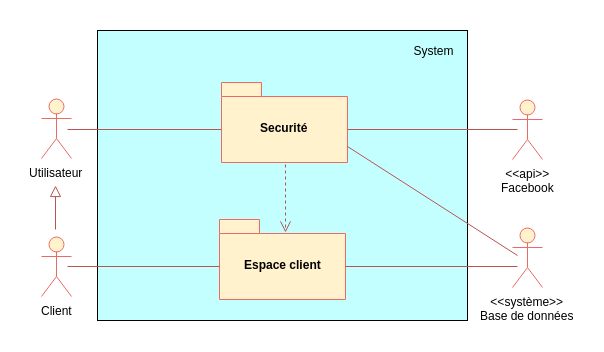
Earlier version of the draw.io export frontend/Diagrammes/Diagramme de package.png (Thibok/Bilemo). Source tidied: cells renumbered, new cells last; positions are measured from the earlier drawing's top-left corner, leaving out a move shared by most shapes.
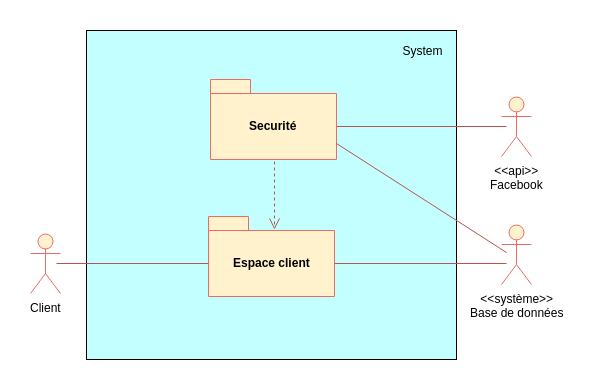
Above is the later version.

Change to the diagram source:
```diff
@@ -5,14 +5,11 @@
     <mxCell id="2" value="&amp;lt;&amp;lt;système&amp;gt;&amp;gt;&lt;div&gt;Base de données&lt;/div&gt;" style="shape=umlActor;verticalLabelPosition=bottom;labelBackgroundColor=#ffffff;verticalAlign=top;html=1;fillColor=#fff2cc;strokeColor=#EA6B66;" parent="1" vertex="1">
       <mxGeometry x="471" y="197" width="30" height="60" as="geometry" />
     </mxCell>
-    <mxCell id="3" value="Utilisateur" style="shape=umlActor;verticalLabelPosition=bottom;labelBackgroundColor=#ffffff;verticalAlign=top;html=1;fillColor=#fff2cc;strokeColor=#EA6B66;" parent="1" vertex="1">
-      <mxGeometry y="68" width="30" height="60" as="geometry" />
-    </mxCell>
     <mxCell id="4" style="rounded=0;whiteSpace=wrap;html=1;fillColor=#C4FFFF;strokeColor=#000000;" parent="1" vertex="1">
-      <mxGeometry x="56" width="370" height="290" as="geometry" />
+      <mxGeometry x="56" y="3" width="370" height="329" as="geometry" />
     </mxCell>
     <mxCell id="5" value="System" style="text;html=1;strokeColor=none;fillColor=none;align=center;verticalAlign=middle;whiteSpace=wrap;fontColor=#000000;" parent="1" vertex="1">
-      <mxGeometry x="366" y="10" width="51" height="20" as="geometry" />
+      <mxGeometry x="366" y="12" width="51" height="20" as="geometry" />
     </mxCell>
     <mxCell id="6" style="endArrow=none;html=1;fontColor=#FFFFFF;exitX=0;exitY=0;fillColor=#f8cecc;strokeColor=#b85450;exitDx=126;exitDy=47;exitPerimeter=0;" parent="1" edge="1">
       <mxGeometry relative="1" as="geometry">
@@ -20,12 +17,6 @@
         <mxPoint x="476" y="99" as="targetPoint" />
       </mxGeometry>
     </mxCell>
-    <mxCell id="7" style="endArrow=none;html=1;fontColor=#FFFFFF;entryX=0;entryY=0;fillColor=#f8cecc;strokeColor=#b85450;entryDx=0;entryDy=47;entryPerimeter=0;" parent="1" edge="1">
-      <mxGeometry relative="1" as="geometry">
-        <mxPoint x="26" y="99" as="sourcePoint" />
-        <mxPoint x="180" y="99" as="targetPoint" />
-      </mxGeometry>
-    </mxCell>
     <mxCell id="8" value="&amp;lt;&amp;lt;api&amp;gt;&amp;gt;&lt;div&gt;Facebook&lt;/div&gt;" style="shape=umlActor;verticalLabelPosition=bottom;labelBackgroundColor=#ffffff;verticalAlign=top;html=1;fillColor=#fff2cc;strokeColor=#EA6B66;" parent="1" vertex="1">
       <mxGeometry x="471" y="69" width="30" height="60" as="geometry" />
     </mxCell>
@@ -50,12 +41,6 @@
         <mxPoint x="178" y="236" as="targetPoint" />
       </mxGeometry>
     </mxCell>
-    <mxCell id="14" style="endArrow=block;html=1;endFill=0;fillColor=#f8cecc;strokeColor=#b85450;strokeWidth=1;endSize=9;" parent="1" edge="1">
-      <mxGeometry relative="1" as="geometry">
-        <mxPoint x="14" y="199" as="sourcePoint" />
-        <mxPoint x="14" y="155" as="targetPoint" />
-      </mxGeometry>
-    </mxCell>
     <mxCell id="15" style="endArrow=none;html=1;fontColor=#FFFFFF;fillColor=#f8cecc;strokeColor=#b85450;exitX=0;exitY=0;exitDx=126;exitDy=47;exitPerimeter=0;" parent="1" edge="1">
       <mxGeometry relative="1" as="geometry">
         <mxPoint x="304" y="236" as="sourcePoint" />
```
